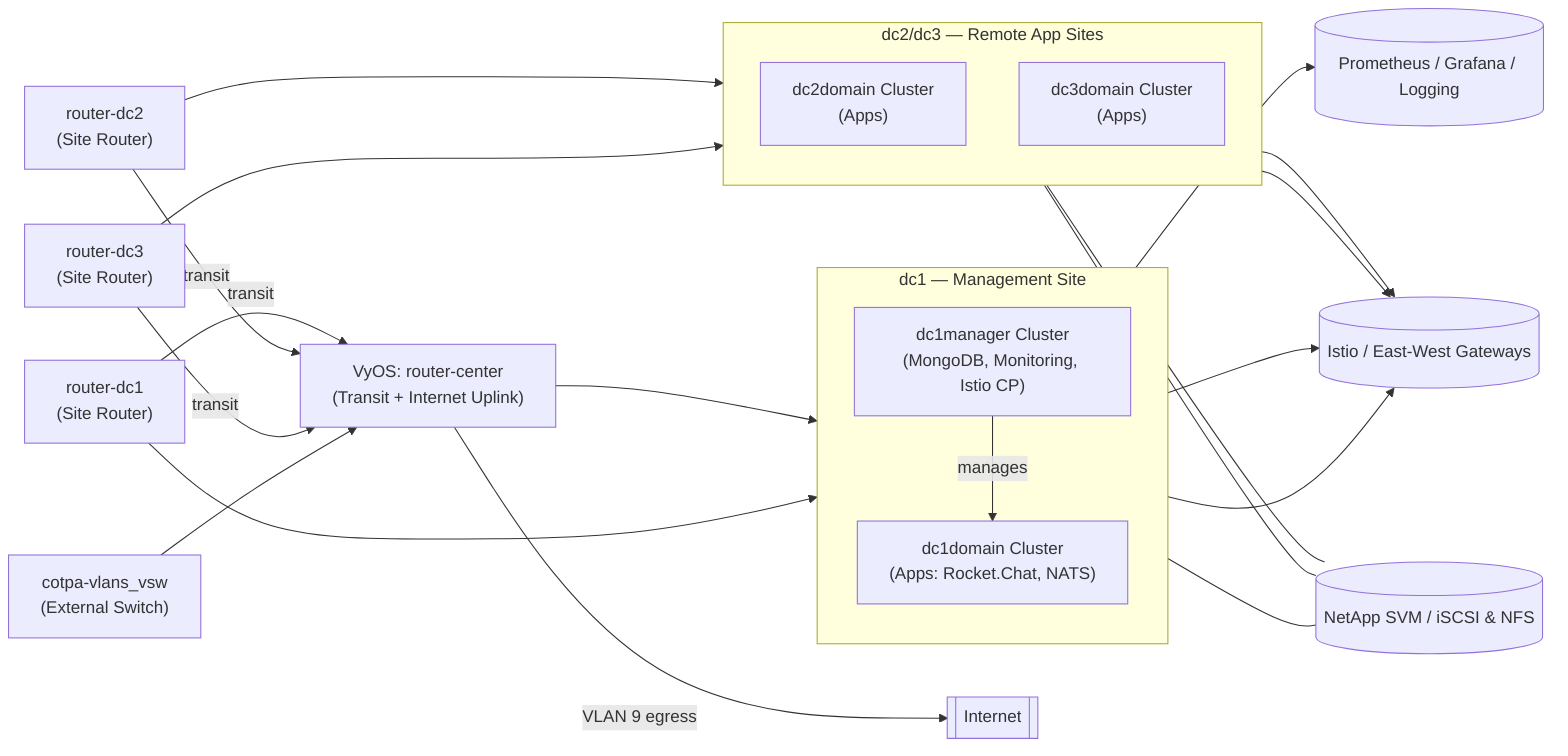
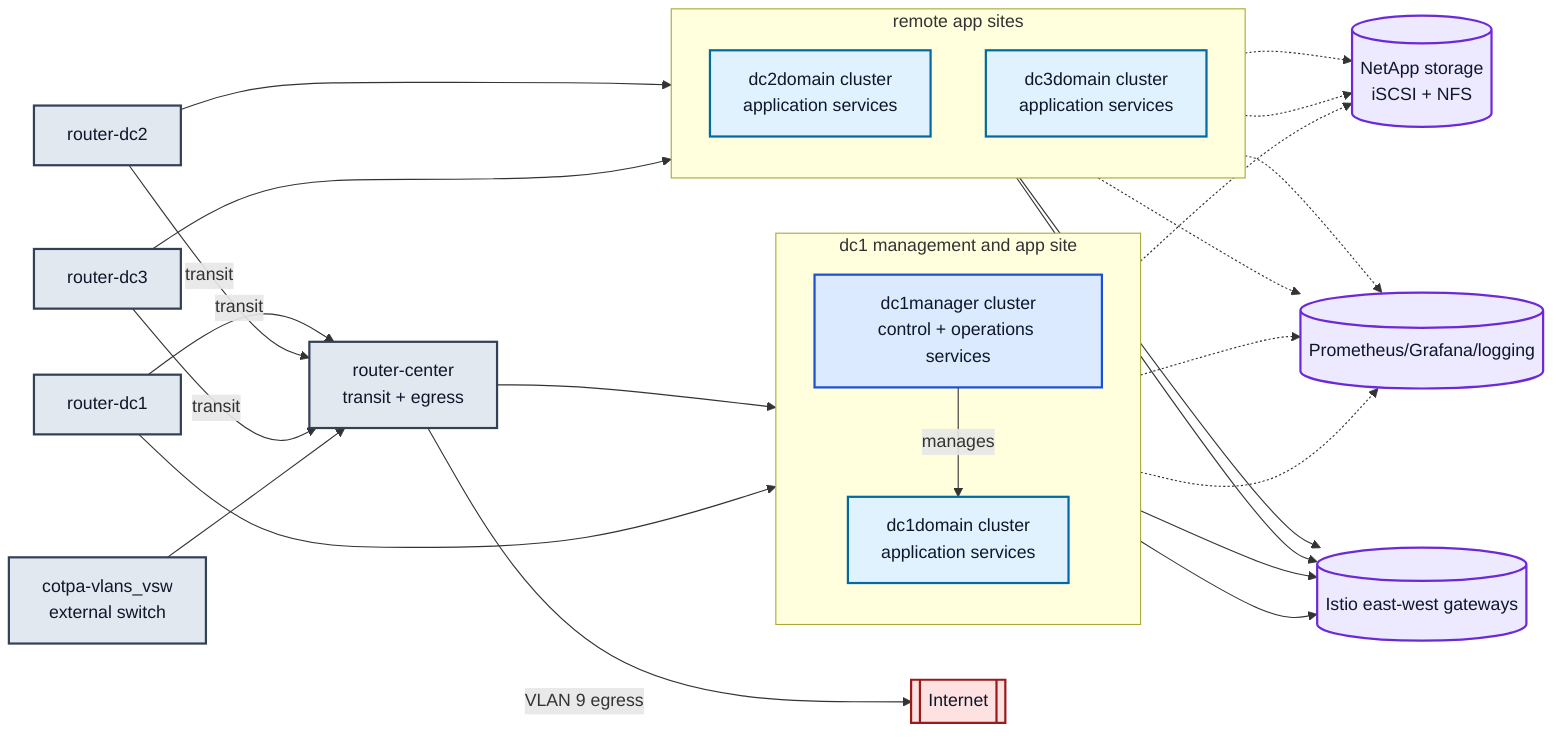
- %% Mermaid System Design Diagram - Multicluster Lab (dc* names)
- %% Shows high-level components: management cluster, app clusters, monitoring, storage, and network gateways
+ %% Mermaid System Design Diagram - Cross-domain control and traffic summary

flowchart LR
-   subgraph ManagementSite [dc1 — Management Site]
+   classDef mgmt fill:#dbeafe,stroke:#1d4ed8,stroke-width:2px,color:#0f172a
+   classDef app fill:#e0f2fe,stroke:#0369a1,stroke-width:2px,color:#0f172a
+   classDef net fill:#e2e8f0,stroke:#334155,stroke-width:2px,color:#0f172a
+   classDef svc fill:#ede9fe,stroke:#6d28d9,stroke-width:2px,color:#0f172a
+   classDef ext fill:#fee2e2,stroke:#991b1b,stroke-width:2px,color:#0f172a
+ 
+   subgraph ManagementSite["dc1 management and app site"]
    direction TB
-     MG["dc1manager Cluster\n(MongoDB, Monitoring, Istio CP)"]
-     MG -->|manages| DC1A["dc1domain Cluster\n(Apps: Rocket.Chat, NATS)"]
+     MG["dc1manager cluster<br/>control + operations services"]
+     DC1A["dc1domain cluster<br/>application services"]
+     MG -->|manages| DC1A
  end

-   subgraph RemoteSites [dc2/dc3 — Remote App Sites]
+   subgraph RemoteSites["remote app sites"]
    direction TB
-     DC2["dc2domain Cluster\n(Apps)"]
-     DC3["dc3domain Cluster\n(Apps)"]
+     DC2["dc2domain cluster<br/>application services"]
+     DC3["dc3domain cluster<br/>application services"]
  end

-   Storage[(NetApp SVM / iSCSI & NFS)]
-   Observability[(Prometheus / Grafana / Logging)]
-   ServiceMesh[(Istio / East-West Gateways)]
+   Storage[("NetApp storage<br/>iSCSI + NFS")]
+   Observability[("Prometheus/Grafana/logging")]
+   ServiceMesh[("Istio east-west gateways")]

-   MG --> Observability
+   Internet[["Internet"]]
+   Center["router-center<br/>transit + egress"]
+   R1["router-dc1"]
+   R2["router-dc2"]
+   R3["router-dc3"]
+   ExtSwitch["cotpa-vlans_vsw<br/>external switch"]
+ 
+   R1 -->|transit| Center
+   R2 -->|transit| Center
+   R3 -->|transit| Center
+   ExtSwitch --> Center
+   Center -->|VLAN 9 egress| Internet
+ 
  MG --> ServiceMesh
  DC1A --> ServiceMesh
  DC2 --> ServiceMesh
  DC3 --> ServiceMesh

-   DC1A --- Storage
-   DC2 --- Storage
-   DC3 --- Storage
+   MG -.-> Observability
+   DC1A -.-> Observability
+   DC2 -.-> Observability
+   DC3 -.-> Observability

-   Internet[[Internet]]
-   CentralRouter["VyOS: router-center\n(Transit + Internet Uplink)"]
-   EdgeRouter1["router-dc1\n(Site Router)"]
-   EdgeRouter2["router-dc2\n(Site Router)"]
-   EdgeRouter3["router-dc3\n(Site Router)"]
-   ExtSwitch["cotpa-vlans_vsw\n(External Switch)"]
+   DC1A -.-> Storage
+   DC2 -.-> Storage
+   DC3 -.-> Storage

-   EdgeRouter1 -->|transit| CentralRouter
-   EdgeRouter2 -->|transit| CentralRouter
-   EdgeRouter3 -->|transit| CentralRouter
-   ExtSwitch --> CentralRouter
-   CentralRouter -->|VLAN 9 egress| Internet
+   Center --> MG
+   R1 --> DC1A
+   R2 --> DC2
+   R3 --> DC3

-   CentralRouter --> MG
-   EdgeRouter1 --> MG
-   EdgeRouter2 --> DC2
-   EdgeRouter3 --> DC3
+   class MG mgmt
+   class DC1A,DC2,DC3 app
+   class Center,R1,R2,R3,ExtSwitch net
+   class Storage,Observability,ServiceMesh svc
+   class Internet ext

-   click CentralRouter "../scripts/create-vyos-routers.ps1" "Router provisioning script"
-   click MG "../configs/home-lab/nodes/dc1manager-ctrl01.yaml" "Management cluster node manifest"
-   click DC2 "../configs/home-lab/nodes/dc2domain-ctrl01.yaml" "dc2 cluster node manifest"
-   click DC3 "../configs/home-lab/nodes/dc3domain-ctrl01.yaml" "dc3 cluster node manifest"
+   click Center "../scripts/create-vyos-routers.ps1" "Router provisioning script"
+   click MG "../configs/home-lab/nodes/dc1manager-ctrl01.yaml" "Management cluster manifest"
+   click DC2 "../configs/home-lab/nodes/dc2domain-ctrl01.yaml" "dc2 cluster manifest"
+   click DC3 "../configs/home-lab/nodes/dc3domain-ctrl01.yaml" "dc3 cluster manifest"
